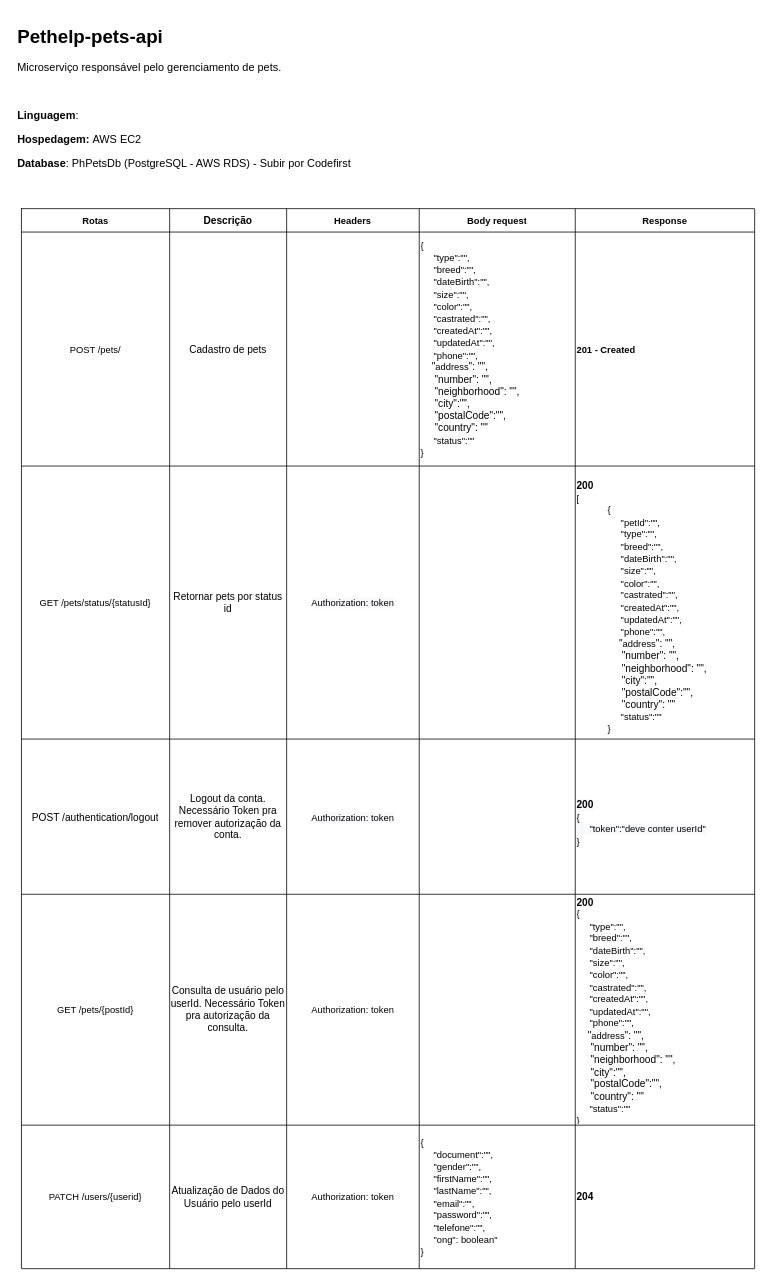
This is page "PetHelp-pets-api" (3 of 3) of Database Diagram and API.drawio from bootcamp-pet/impacta-engineering, a draw.io file, before an edit. Source tidied: cells renumbered, new cells numbered last; positions are measured from the earlier drawing's top-left corner, leaving out a move shared by most shapes. Both pictures are drawn from the tidied source at 78%, with x=0, y=0 at pixel (13, 21).
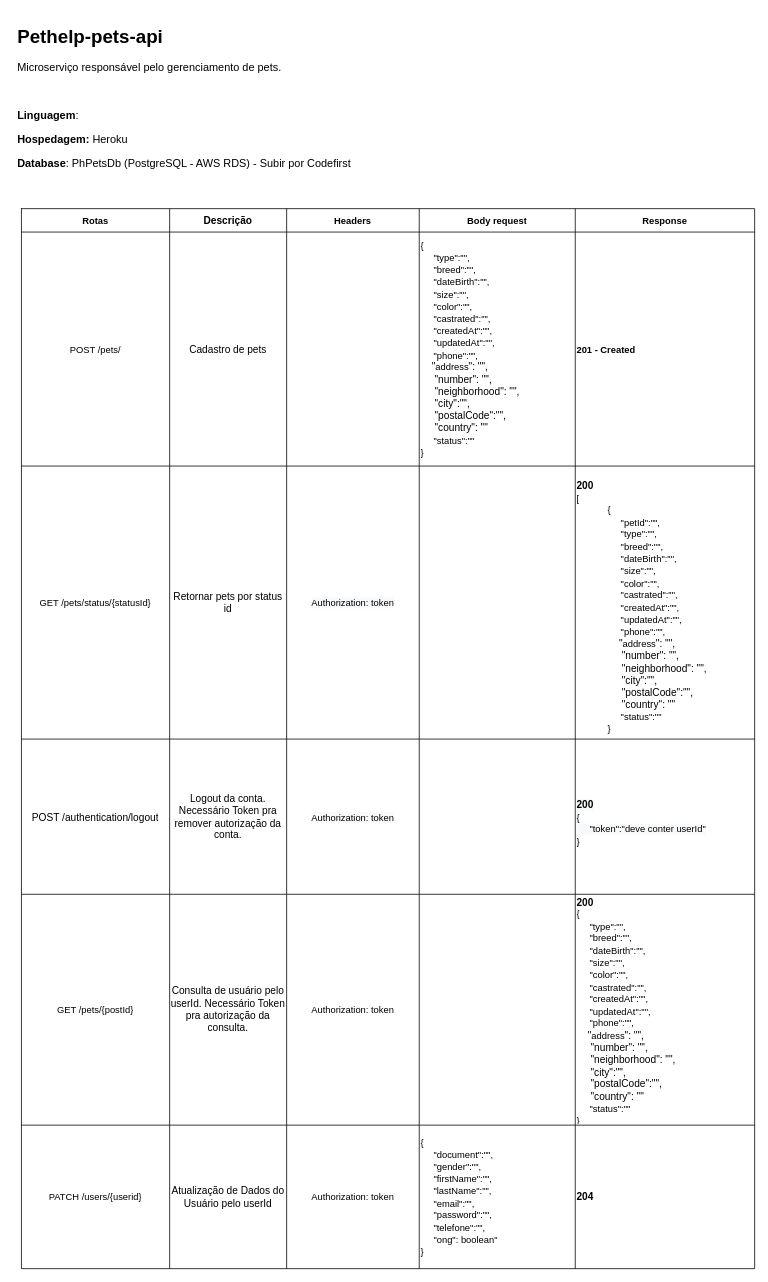
Above is the later version.

Change to the diagram source:
```diff
@@
-    <mxCell id="39" value="&lt;h1&gt;Pethelp-pets-api&lt;/h1&gt;&lt;p style=&quot;font-size: 14px&quot;&gt;&lt;font style=&quot;font-size: 14px&quot;&gt;Microserviço responsável pelo gerenciamento de pets.&lt;/font&gt;&lt;/p&gt;&lt;p style=&quot;font-size: 14px&quot;&gt;&lt;font style=&quot;font-size: 14px&quot;&gt;&lt;br&gt;&lt;/font&gt;&lt;/p&gt;&lt;p style=&quot;font-size: 14px&quot;&gt;&lt;font style=&quot;font-size: 14px&quot;&gt;&lt;b&gt;Linguagem&lt;/b&gt;:&lt;/font&gt;&lt;/p&gt;&lt;p style=&quot;font-size: 14px&quot;&gt;&lt;font style=&quot;font-size: 14px&quot;&gt;&lt;b&gt;Hospedagem:&lt;/b&gt;&amp;nbsp;AWS EC2&lt;/font&gt;&lt;/p&gt;&lt;p style=&quot;font-size: 14px&quot;&gt;&lt;font style=&quot;font-size: 14px&quot;&gt;&lt;b&gt;Database&lt;/b&gt;: PhPetsDb (PostgreSQL - AWS RDS) - Subir por Codefirst&lt;/font&gt;&lt;/p&gt;" style="text;html=1;strokeColor=none;fillColor=none;spacing=5;spacingTop=-20;whiteSpace=wrap;overflow=hidden;rounded=0;" parent="1" vertex="1">
+    <mxCell id="39" value="&lt;h1&gt;Pethelp-pets-api&lt;/h1&gt;&lt;p style=&quot;font-size: 14px&quot;&gt;&lt;font style=&quot;font-size: 14px&quot;&gt;Microserviço responsável pelo gerenciamento de pets.&lt;/font&gt;&lt;/p&gt;&lt;p style=&quot;font-size: 14px&quot;&gt;&lt;font style=&quot;font-size: 14px&quot;&gt;&lt;br&gt;&lt;/font&gt;&lt;/p&gt;&lt;p style=&quot;font-size: 14px&quot;&gt;&lt;font style=&quot;font-size: 14px&quot;&gt;&lt;b&gt;Linguagem&lt;/b&gt;:&lt;/font&gt;&lt;/p&gt;&lt;p style=&quot;font-size: 14px&quot;&gt;&lt;font style=&quot;font-size: 14px&quot;&gt;&lt;b&gt;Hospedagem:&lt;/b&gt;&amp;nbsp;Heroku&lt;/font&gt;&lt;/p&gt;&lt;p style=&quot;font-size: 14px&quot;&gt;&lt;b&gt;Database&lt;/b&gt;&lt;span&gt;: PhPetsDb (PostgreSQL - AWS RDS) - Subir por Codefirst&lt;/span&gt;&lt;/p&gt;" style="text;html=1;strokeColor=none;fillColor=none;spacing=5;spacingTop=-20;whiteSpace=wrap;overflow=hidden;rounded=0;" parent="1" vertex="1">
       <mxGeometry width="710" height="200" as="geometry" />
     </mxCell>
```
